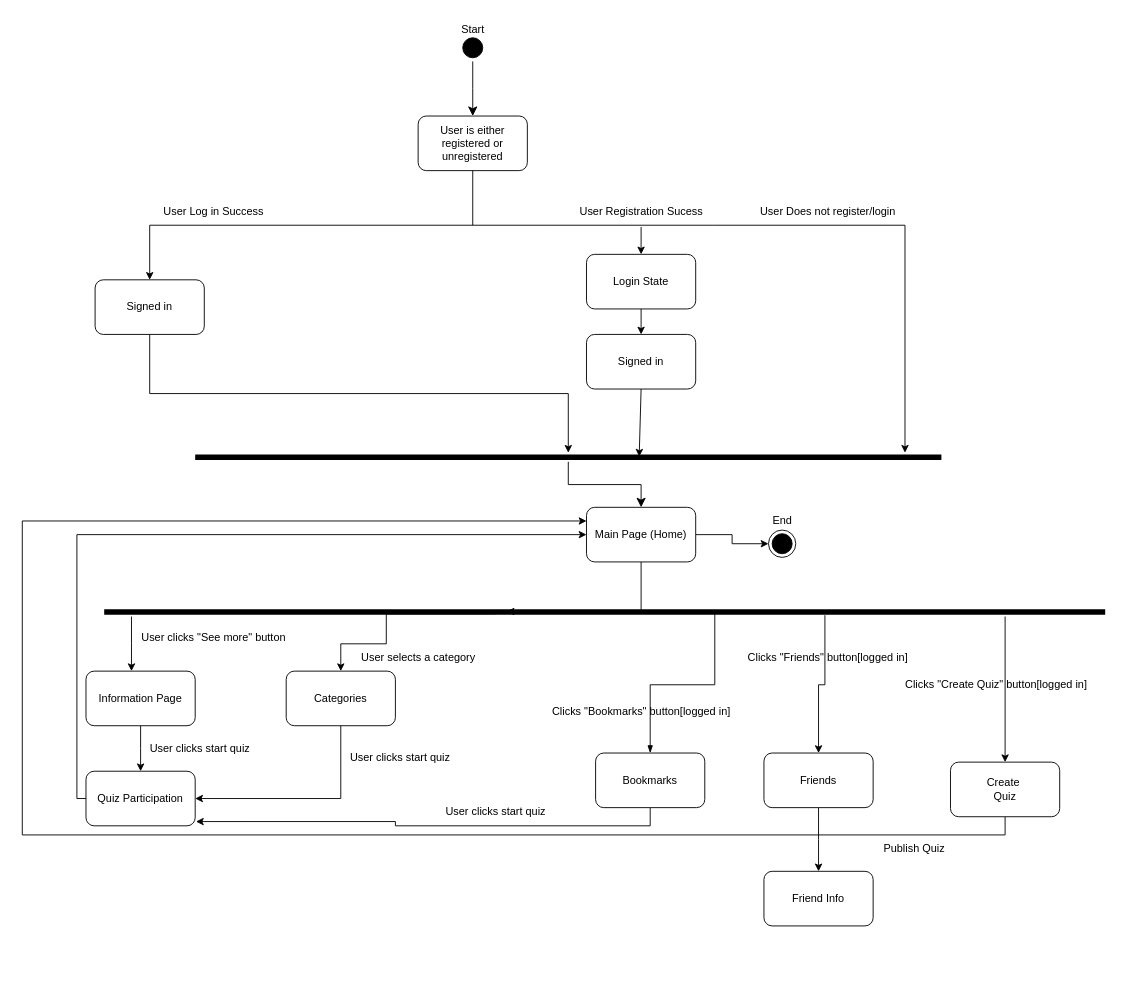
Earlier version of the draw.io diagram views/State Diagram.drawio (AksharNana/QuizPlatform-Docs). Source tidied: cells renumbered, new cells numbered last; positions are measured from the earlier drawing's top-left corner, leaving out a move shared by most shapes. Both pictures are drawn from the tidied source at 91%, with x=0, y=0 at pixel (22, 15).
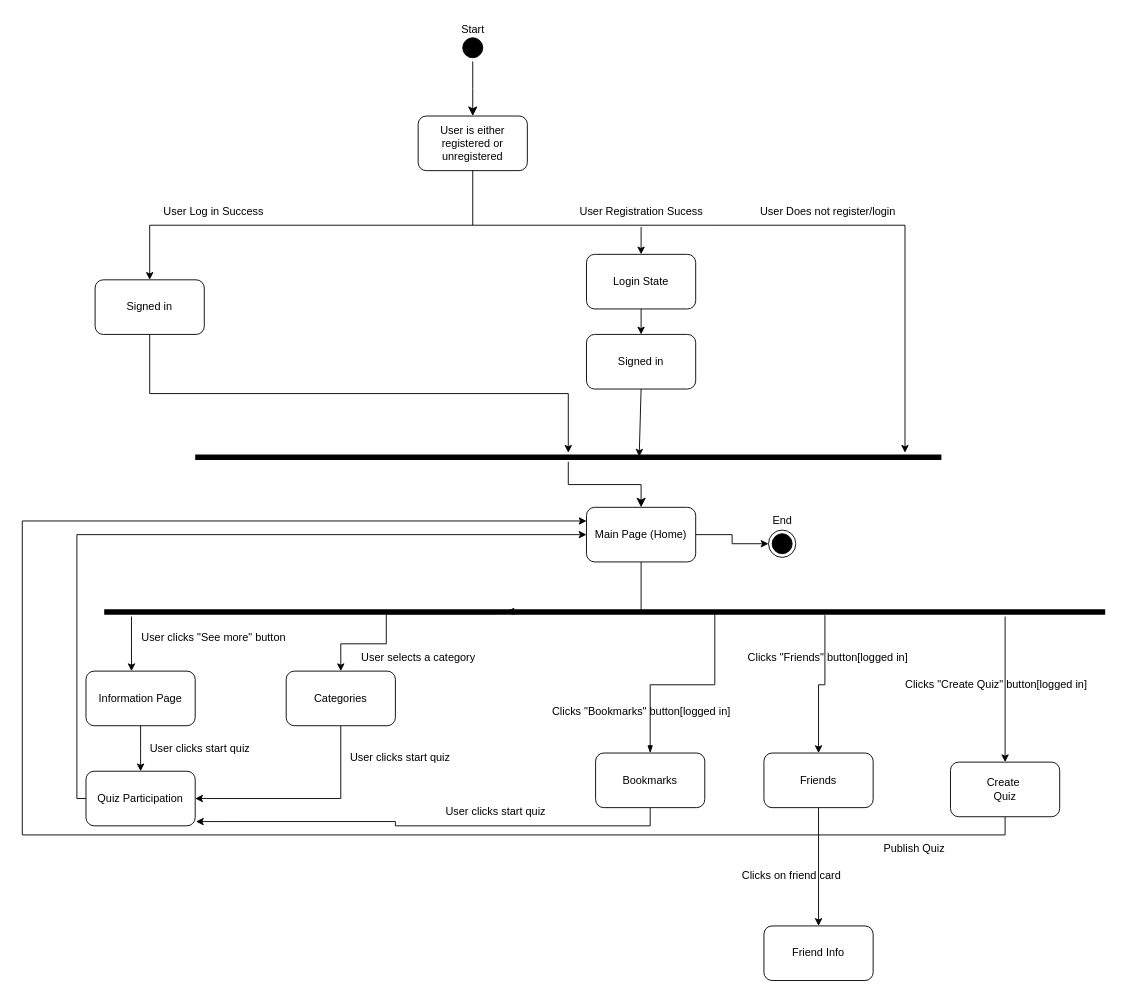
After the change.

Commit message:
added friend card

Unchanged cells that the change refers to:
```xml
<mxCell id="47" value="Friends" style="rounded=1;whiteSpace=wrap;html=1;" parent="1" vertex="1">
  <mxGeometry x="815" y="810" width="120" height="60" as="geometry" />
</mxCell>
```

Diff of the diagram source:
```diff
@@
-    <mxCell id="46" style="edgeStyle=orthogonalEdgeStyle;rounded=0;jettySize=auto;html=1;" parent="1" edge="1" source="47">
-      <mxGeometry relative="1" as="geometry">
-        <mxPoint x="875" y="940" as="targetPoint" />
-      </mxGeometry>
+    <mxCell id="46" style="edgeStyle=orthogonalEdgeStyle;rounded=0;jettySize=auto;html=1;entryX=0.5;entryY=0;entryDx=0;entryDy=0;" parent="1" edge="1" source="47" target="54">
+      <mxGeometry relative="1" as="geometry" />
     </mxCell>
@@
     <mxCell id="54" value="Friend Info" style="rounded=1;whiteSpace=wrap;html=1;" parent="1" vertex="1">
-      <mxGeometry x="815" y="940" width="120" height="60" as="geometry" />
+      <mxGeometry x="815" y="1000" width="120" height="60" as="geometry" />
     </mxCell>
+    <mxCell id="55" value="Clicks on friend card" style="text;html=1;align=center;verticalAlign=middle;strokeColor=none;fillColor=none;" parent="1" vertex="1">
+      <mxGeometry x="780" y="930" width="130" height="30" as="geometry" />
+    </mxCell>
```
